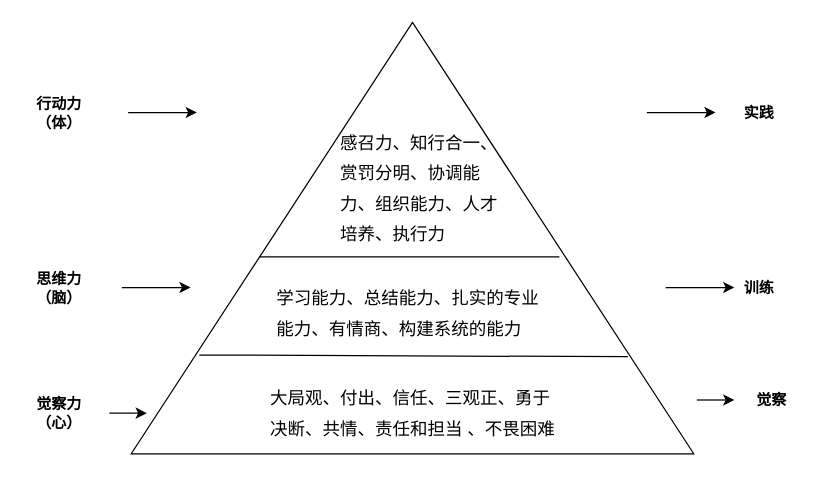
Above: page "第 1 页" (1 of 4) of 十日谈.drawio in mashifei/uml (draw.io), before the change. Source tidied: cells renumbered, new cells numbered last; positions are measured from the earlier drawing's top-left corner, leaving out a move shared by most shapes. Both pictures are drawn from the tidied source at 125%, with x=0, y=0 at pixel (21, -44).
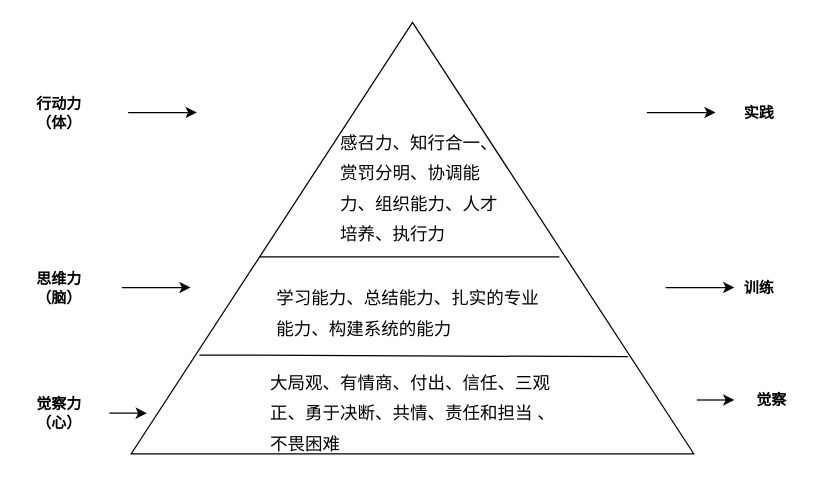
The same page after the edit.

The edit, as a diff of the source:
```diff
@@
-    <mxCell id="5" value="&lt;div style=&quot;text-align: left; line-height: 1.75; font-size: 14px;&quot;&gt;大局观、付出、信任、三观正、勇于决断、共情、责任和担当 、不畏困难&lt;/div&gt;" style="text;html=1;strokeColor=none;fillColor=none;align=center;verticalAlign=middle;whiteSpace=wrap;rounded=0;" parent="1" vertex="1">
+    <mxCell id="5" value="&lt;div style=&quot;text-align: left; line-height: 1.75; font-size: 14px;&quot;&gt;大局观、有情商、付出、信任、三观正、勇于决断、共情、责任和担当 、不畏困难&lt;/div&gt;" style="text;html=1;strokeColor=none;fillColor=none;align=center;verticalAlign=middle;whiteSpace=wrap;rounded=0;" parent="1" vertex="1">
       <mxGeometry x="197.5" y="350" width="230" height="30" as="geometry" />
     </mxCell>
-    <mxCell id="6" value="&lt;div style=&quot;text-align: left; line-height: 1.75; font-size: 14px;&quot;&gt;学习能力、总结能力、扎实的专业能力、有情商、构建系统的能力&lt;/div&gt;" style="text;html=1;strokeColor=none;fillColor=none;align=center;verticalAlign=middle;whiteSpace=wrap;rounded=0;" parent="1" vertex="1">
+    <mxCell id="6" value="&lt;div style=&quot;text-align: left; line-height: 1.75; font-size: 14px;&quot;&gt;学习能力、总结能力、扎实的专业能力、构建系统的能力&lt;/div&gt;" style="text;html=1;strokeColor=none;fillColor=none;align=center;verticalAlign=middle;whiteSpace=wrap;rounded=0;" parent="1" vertex="1">
       <mxGeometry x="202.5" y="270" width="220" height="30" as="geometry" />
     </mxCell>
```
